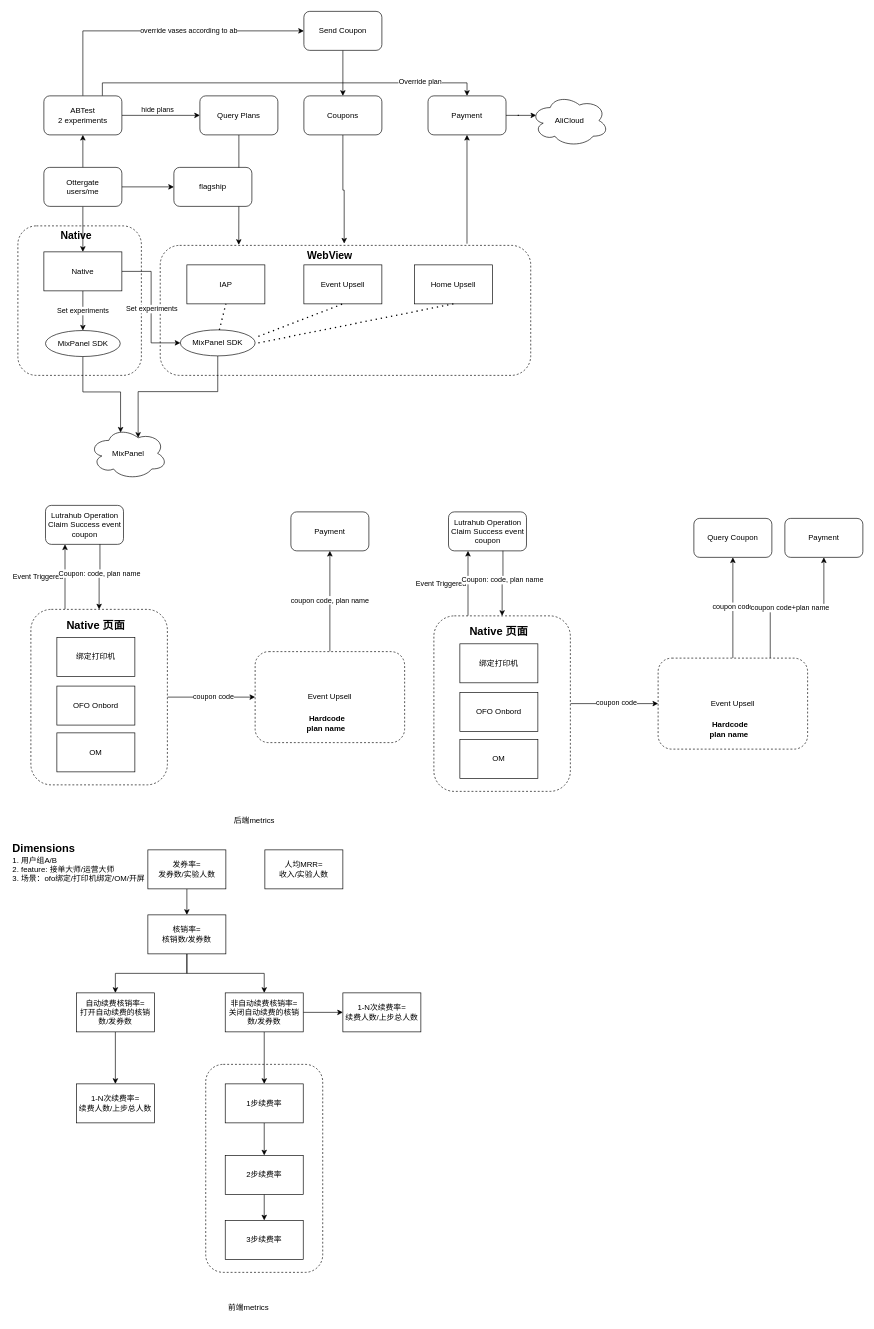
Above: Vas Bundle Price Strategy ABTest.drawio in evagle/awesome (draw.io), before the change. Source tidied: cells renumbered, new cells numbered last; positions are measured from the earlier drawing's top-left corner, leaving out a move shared by most shapes. Both pictures are drawn from the tidied source at 65%, with x=0, y=0 at pixel (11, 11).
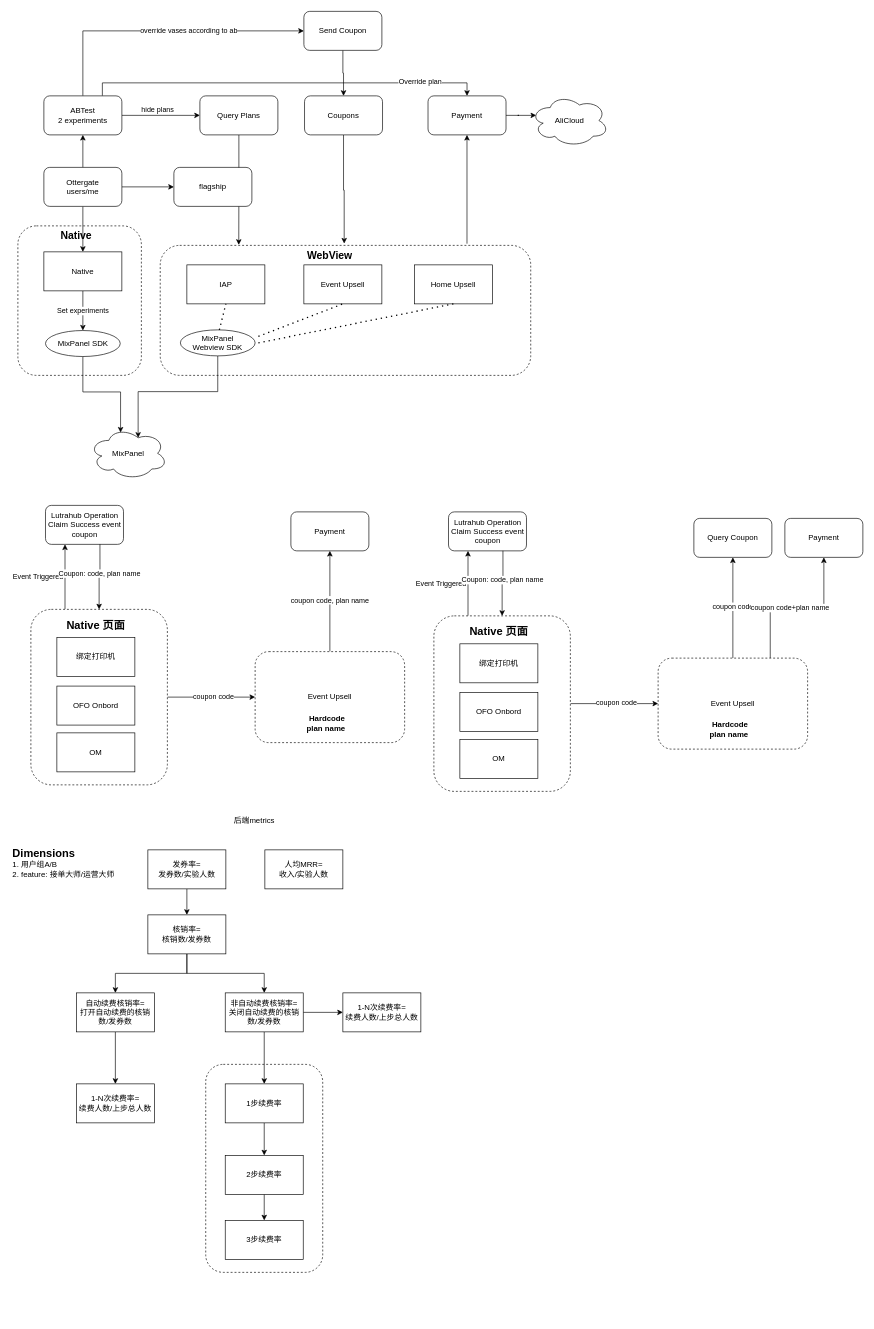
The same page after the edit.

Unchanged cells that the change refers to:
```xml
<mxCell id="33" value="Native" style="rounded=0;whiteSpace=wrap;html=1;" parent="1" vertex="1">
  <mxGeometry x="50" y="370" width="120" height="60" as="geometry" />
</mxCell>
```

What changed in the source:
```diff
@@
     <mxCell id="9" value="Coupons" style="rounded=1;whiteSpace=wrap;html=1;" parent="1" vertex="1">
-      <mxGeometry x="450" y="130" width="120" height="60" as="geometry" />
+      <mxGeometry x="451" y="130" width="120" height="60" as="geometry" />
     </mxCell>
@@
-    <mxCell id="31" style="edgeStyle=orthogonalEdgeStyle;rounded=0;jettySize=auto;html=1;exitX=1;exitY=0.5;exitDx=0;exitDy=0;entryX=0;entryY=0.5;entryDx=0;entryDy=0;" parent="1" edge="1" source="33" target="38">
-      <mxGeometry relative="1" as="geometry" />
-    </mxCell>
-    <mxCell id="32" value="Set experiments" style="edgeLabel;html=1;align=center;verticalAlign=middle;" parent="31" vertex="1">
-      <mxGeometry x="0.02" relative="1" as="geometry" />
-    </mxCell>
@@
-    <mxCell id="38" value="MixPanel SDK" style="ellipse;whiteSpace=wrap;html=1;" parent="1" vertex="1">
+    <mxCell id="38" value="MixPanel &lt;br&gt;Webview SDK" style="ellipse;whiteSpace=wrap;html=1;" parent="1" vertex="1">
       <mxGeometry x="260" y="490" width="115" height="40" as="geometry" />
     </mxCell>
@@
-    <mxCell id="61" value="&lt;b&gt;&lt;font style=&quot;font-size: 17px;&quot;&gt;Dimensions&lt;/font&gt;&lt;/b&gt;&lt;br&gt;1. 用户组A/B&lt;br&gt;2. feature: 接单大师/运营大师&lt;br&gt;3. 场景：ofo绑定/打印机绑定/OM/开屏" style="text;html=1;strokeColor=none;fillColor=none;align=left;verticalAlign=middle;whiteSpace=wrap;rounded=0;" parent="1" vertex="1">
+    <mxCell id="61" value="&lt;b&gt;&lt;font style=&quot;font-size: 17px;&quot;&gt;Dimensions&lt;/font&gt;&lt;/b&gt;&lt;br&gt;1. 用户组A/B&lt;br&gt;2. feature: 接单大师/运营大师" style="text;html=1;strokeColor=none;fillColor=none;align=left;verticalAlign=middle;whiteSpace=wrap;rounded=0;" parent="1" vertex="1">
       <mxGeometry y="1270" width="210" height="80" as="geometry" />
     </mxCell>
@@
-    <mxCell id="79" value="前端metrics" style="text;html=1;strokeColor=none;fillColor=none;align=center;verticalAlign=middle;whiteSpace=wrap;rounded=0;" parent="1" vertex="1">
-      <mxGeometry x="150" y="1980" width="430" height="30" as="geometry" />
-    </mxCell>
```
